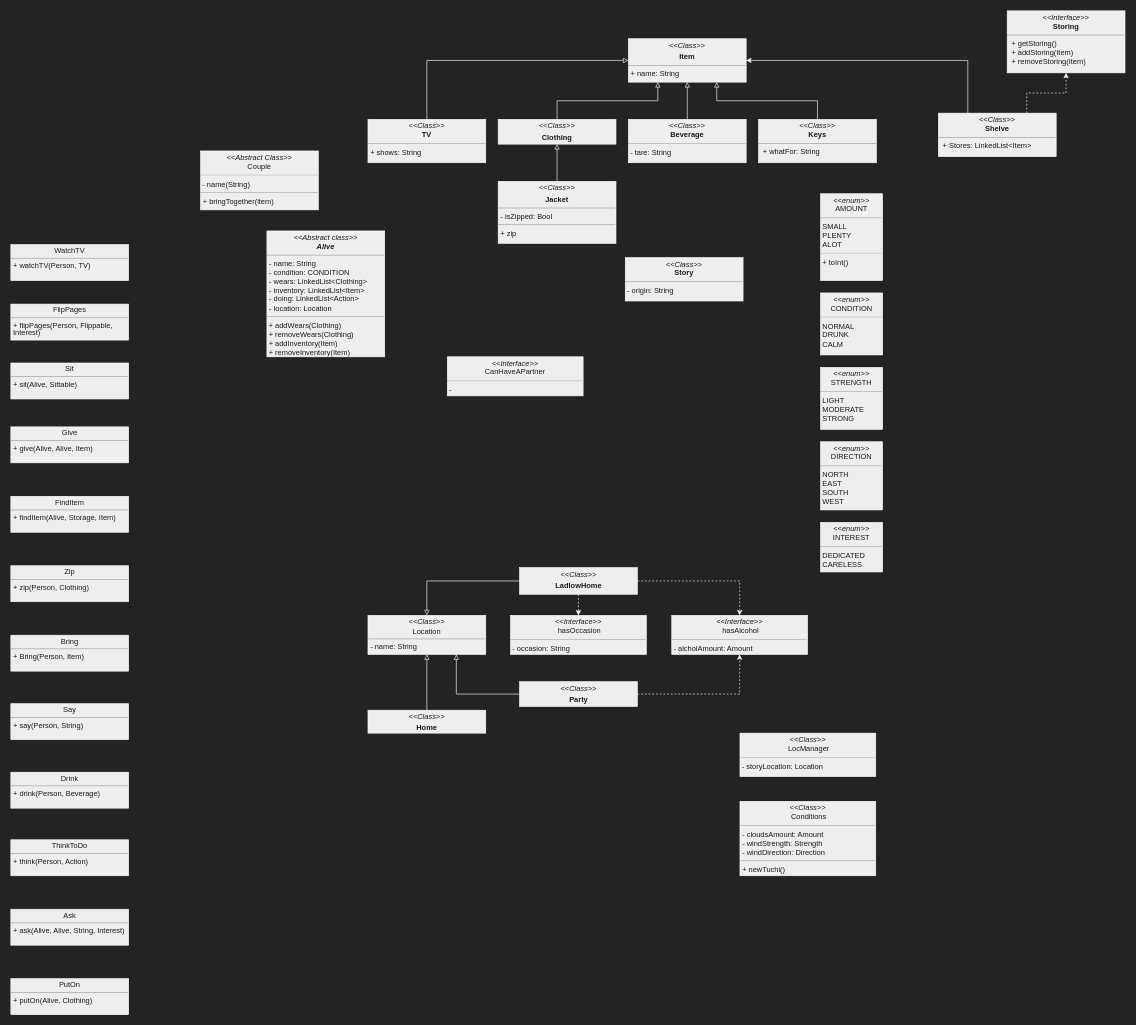
The draw.io diagram UML/UML.drawio in Sat1l/laba4, before the edit. Source tidied: cells renumbered, new cells numbered last; positions are measured from the earlier drawing's top-left corner, leaving out a move shared by most shapes. Both pictures are drawn from the tidied source at 62%, with x=0, y=0 at pixel (11, 11).
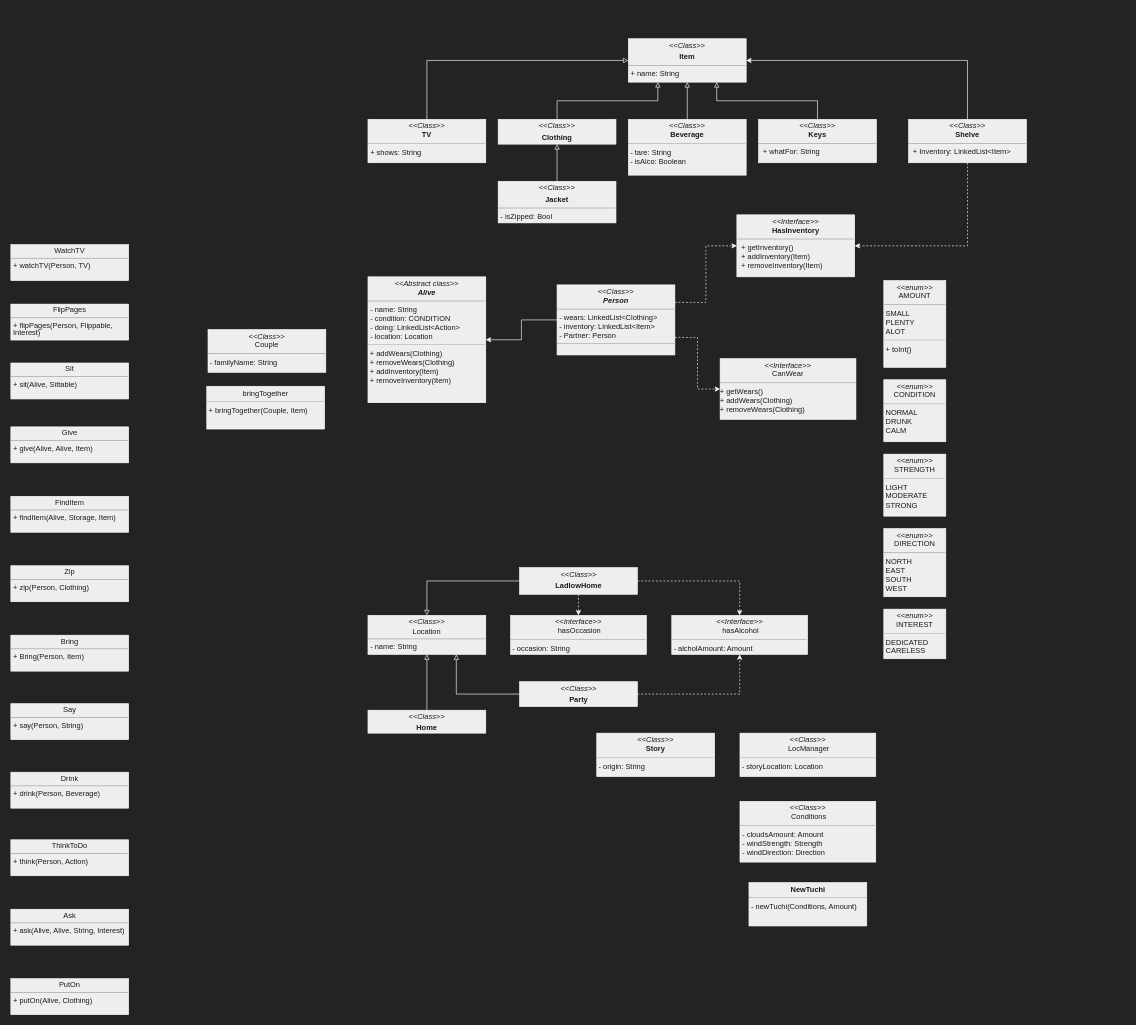
Above is the later version.

Unchanged cells that the change refers to:
```xml
<mxCell id="3" value="&lt;p style=&quot;margin:0px;margin-top:4px;text-align:center;&quot;&gt;&lt;i&gt;&amp;lt;&amp;lt;&lt;/i&gt;&lt;i&gt;Class&amp;gt;&amp;gt;&lt;/i&gt;&lt;/p&gt;&lt;p style=&quot;margin:0px;margin-top:4px;text-align:center;&quot;&gt;&lt;b&gt;Item&lt;/b&gt;&lt;/p&gt;&lt;hr size=&quot;1&quot;&gt;&lt;p style=&quot;margin:0px;margin-left:4px;&quot;&gt;+ name: String&lt;br&gt;&lt;/p&gt;&lt;p style=&quot;margin:0px;margin-left:4px;&quot;&gt;&lt;br&gt;&lt;/p&gt;" style="verticalAlign=top;align=left;overflow=fill;fontSize=12;fontFamily=Helvetica;html=1;whiteSpace=wrap;labelBackgroundColor=none;fillColor=#EEEEEE;strokeColor=#FFFFFF;fontColor=#1A1A1A;" parent="1" vertex="1">
  <mxGeometry x="996" y="45" width="190" height="70" as="geometry" />
</mxCell>
```

Change to the diagram source:
```diff
@@
-    <mxCell id="2" value="&lt;p style=&quot;margin:0px;margin-top:4px;text-align:center;&quot;&gt;&lt;i&gt;&amp;lt;&amp;lt;Abstract class&amp;gt;&amp;gt;&lt;/i&gt;&lt;br&gt;&lt;b&gt;&lt;i&gt;Alive&lt;/i&gt;&lt;/b&gt;&lt;/p&gt;&lt;hr size=&quot;1&quot;&gt;&lt;p style=&quot;margin:0px;margin-left:4px;&quot;&gt;- name: String&lt;/p&gt;&lt;p style=&quot;margin:0px;margin-left:4px;&quot;&gt;- condition: CONDITION&lt;br&gt;&lt;/p&gt;&lt;p style=&quot;margin:0px;margin-left:4px;&quot;&gt;- wears: LinkedList&amp;lt;Clothing&amp;gt;&lt;/p&gt;&lt;p style=&quot;margin:0px;margin-left:4px;&quot;&gt;- inventory: LinkedList&amp;lt;Item&amp;gt;&lt;/p&gt;&lt;p style=&quot;margin:0px;margin-left:4px;&quot;&gt;- doing: LinkedList&amp;lt;Action&amp;gt;&lt;/p&gt;&lt;p style=&quot;margin:0px;margin-left:4px;&quot;&gt;- location: Location&lt;/p&gt;&lt;hr&gt;&amp;nbsp;+ addWears(Clothing)&lt;br&gt;&amp;nbsp;+ removeWears(Clothing)&lt;br&gt;&amp;nbsp;+ addInventory(Item)&lt;br&gt;&amp;nbsp;+ removeInventory(Item)" style="verticalAlign=top;align=left;overflow=fill;fontSize=12;fontFamily=Helvetica;html=1;whiteSpace=wrap;labelBackgroundColor=none;fillColor=#EEEEEE;strokeColor=#FFFFFF;fontColor=#1A1A1A;" parent="1" vertex="1">
-      <mxGeometry x="413" y="355" width="190" height="203" as="geometry" />
+    <mxCell id="2" value="&lt;p style=&quot;margin:0px;margin-top:4px;text-align:center;&quot;&gt;&lt;i&gt;&amp;lt;&amp;lt;Abstract class&amp;gt;&amp;gt;&lt;/i&gt;&lt;br&gt;&lt;b&gt;&lt;i&gt;Alive&lt;/i&gt;&lt;/b&gt;&lt;/p&gt;&lt;hr size=&quot;1&quot;&gt;&lt;p style=&quot;margin:0px;margin-left:4px;&quot;&gt;- name: String&lt;/p&gt;&lt;p style=&quot;margin:0px;margin-left:4px;&quot;&gt;- condition: CONDITION&lt;/p&gt;&lt;p style=&quot;margin:0px;margin-left:4px;&quot;&gt;- doing: LinkedList&amp;lt;Action&amp;gt;&lt;/p&gt;&lt;p style=&quot;margin:0px;margin-left:4px;&quot;&gt;- location: Location&lt;/p&gt;&lt;hr&gt;&amp;nbsp;+ addWears(Clothing)&lt;br&gt;&amp;nbsp;+ removeWears(Clothing)&lt;br&gt;&amp;nbsp;+ addInventory(Item)&lt;br&gt;&amp;nbsp;+ removeInventory(Item)" style="verticalAlign=top;align=left;overflow=fill;fontSize=12;fontFamily=Helvetica;html=1;whiteSpace=wrap;labelBackgroundColor=none;fillColor=#EEEEEE;strokeColor=#FFFFFF;fontColor=#1A1A1A;" parent="1" vertex="1">
+      <mxGeometry x="576" y="429" width="190" height="203" as="geometry" />
     </mxCell>
@@
-    <mxCell id="5" value="&lt;p style=&quot;margin:0px;margin-top:4px;text-align:center;&quot;&gt;&lt;i&gt;&amp;lt;&amp;lt;Class&lt;/i&gt;&lt;i&gt;&amp;gt;&amp;gt;&lt;/i&gt;&lt;/p&gt;&lt;p style=&quot;margin:0px;margin-top:4px;text-align:center;&quot;&gt;&lt;b&gt;Jacket&lt;/b&gt;&lt;/p&gt;&lt;hr size=&quot;1&quot;&gt;&lt;p style=&quot;margin:0px;margin-left:4px;&quot;&gt;- isZipped: Bool&lt;/p&gt;&lt;hr&gt;&lt;p style=&quot;margin:0px;margin-left:4px;&quot;&gt;+ zip&lt;/p&gt;" style="verticalAlign=top;align=left;overflow=fill;fontSize=12;fontFamily=Helvetica;html=1;whiteSpace=wrap;labelBackgroundColor=none;fillColor=#EEEEEE;strokeColor=#FFFFFF;fontColor=#1A1A1A;" parent="1" vertex="1">
-      <mxGeometry x="786" y="275" width="190" height="100" as="geometry" />
+    <mxCell id="5" value="&lt;p style=&quot;margin:0px;margin-top:4px;text-align:center;&quot;&gt;&lt;i&gt;&amp;lt;&amp;lt;Class&lt;/i&gt;&lt;i&gt;&amp;gt;&amp;gt;&lt;/i&gt;&lt;/p&gt;&lt;p style=&quot;margin:0px;margin-top:4px;text-align:center;&quot;&gt;&lt;b&gt;Jacket&lt;/b&gt;&lt;/p&gt;&lt;hr size=&quot;1&quot;&gt;&lt;p style=&quot;margin:0px;margin-left:4px;&quot;&gt;- isZipped: Bool&lt;/p&gt;" style="verticalAlign=top;align=left;overflow=fill;fontSize=12;fontFamily=Helvetica;html=1;whiteSpace=wrap;labelBackgroundColor=none;fillColor=#EEEEEE;strokeColor=#FFFFFF;fontColor=#1A1A1A;" parent="1" vertex="1">
+      <mxGeometry x="786" y="275" width="190" height="67" as="geometry" />
     </mxCell>
@@
-    <mxCell id="7" value="&lt;p style=&quot;margin:0px;margin-top:4px;text-align:center;&quot;&gt;&lt;i&gt;&amp;lt;&amp;lt;Class&amp;gt;&amp;gt;&lt;/i&gt;&lt;br&gt;&lt;b&gt;Beverage&lt;/b&gt;&lt;/p&gt;&lt;hr&gt;&amp;nbsp;- tare: String&lt;p style=&quot;margin:0px;margin-top:4px;text-align:center;&quot;&gt;&lt;b&gt;&lt;br&gt;&lt;/b&gt;&lt;/p&gt;&lt;p style=&quot;margin:0px;margin-left:4px;&quot;&gt;&lt;br&gt;&lt;/p&gt;" style="verticalAlign=top;align=left;overflow=fill;fontSize=12;fontFamily=Helvetica;html=1;whiteSpace=wrap;labelBackgroundColor=none;fillColor=#EEEEEE;strokeColor=#FFFFFF;fontColor=#1A1A1A;" parent="1" vertex="1">
-      <mxGeometry x="996" y="175" width="190" height="70" as="geometry" />
+    <mxCell id="7" value="&lt;p style=&quot;margin:0px;margin-top:4px;text-align:center;&quot;&gt;&lt;i&gt;&amp;lt;&amp;lt;Class&amp;gt;&amp;gt;&lt;/i&gt;&lt;br&gt;&lt;b&gt;Beverage&lt;/b&gt;&lt;/p&gt;&lt;hr&gt;&amp;nbsp;- tare: String&lt;br&gt;&amp;nbsp;- isAlco: Boolean&lt;br&gt;&lt;p style=&quot;margin:0px;margin-top:4px;text-align:center;&quot;&gt;&lt;b&gt;&lt;br&gt;&lt;/b&gt;&lt;/p&gt;&lt;p style=&quot;margin:0px;margin-left:4px;&quot;&gt;&lt;br&gt;&lt;/p&gt;" style="verticalAlign=top;align=left;overflow=fill;fontSize=12;fontFamily=Helvetica;html=1;whiteSpace=wrap;labelBackgroundColor=none;fillColor=#EEEEEE;strokeColor=#FFFFFF;fontColor=#1A1A1A;" parent="1" vertex="1">
+      <mxGeometry x="996" y="175" width="190" height="90" as="geometry" />
     </mxCell>
@@
-    <mxCell id="13" value="&lt;p style=&quot;margin:0px;margin-top:4px;text-align:center;&quot;&gt;&lt;i&gt;&amp;lt;&amp;lt;Abstract Class&amp;gt;&amp;gt;&lt;/i&gt;&lt;br&gt;Couple&lt;/p&gt;&lt;hr&gt;&amp;nbsp;- name(String)&lt;br&gt;&lt;hr&gt;&lt;p style=&quot;margin:0px;margin-left:4px;&quot;&gt;+ bringTogether(item)&lt;/p&gt;" style="verticalAlign=top;align=left;overflow=fill;fontSize=12;fontFamily=Helvetica;html=1;whiteSpace=wrap;labelBackgroundColor=none;fillColor=#EEEEEE;strokeColor=#FFFFFF;fontColor=#1A1A1A;" parent="1" vertex="1">
-      <mxGeometry x="306" y="226" width="190" height="95" as="geometry" />
+    <mxCell id="13" value="&lt;p style=&quot;margin:0px;margin-top:4px;text-align:center;&quot;&gt;&lt;i&gt;&amp;lt;&amp;lt;Class&amp;gt;&amp;gt;&lt;/i&gt;&lt;br&gt;Couple&lt;/p&gt;&lt;hr&gt;&amp;nbsp;- familyName: String&lt;br&gt;&lt;p style=&quot;margin:0px;margin-left:4px;&quot;&gt;&lt;br&gt;&lt;/p&gt;" style="verticalAlign=top;align=left;overflow=fill;fontSize=12;fontFamily=Helvetica;html=1;whiteSpace=wrap;labelBackgroundColor=none;fillColor=#EEEEEE;strokeColor=#FFFFFF;fontColor=#1A1A1A;" parent="1" vertex="1">
+      <mxGeometry x="318" y="514" width="190" height="69" as="geometry" />
     </mxCell>
@@
     <mxCell id="16" value="&lt;p style=&quot;margin:0px;margin-top:4px;text-align:center;&quot;&gt;&lt;i&gt;&amp;lt;&amp;lt;enum&amp;gt;&amp;gt;&lt;/i&gt;&lt;br&gt;AMOUNT&lt;/p&gt;&lt;hr&gt;&amp;nbsp;SMALL&lt;br&gt;&amp;nbsp;PLENTY&lt;br&gt;&amp;nbsp;ALOT&amp;nbsp;&lt;br&gt;&lt;hr&gt;&amp;nbsp;+ toInt()" style="verticalAlign=top;align=left;overflow=fill;fontSize=12;fontFamily=Helvetica;html=1;whiteSpace=wrap;labelBackgroundColor=none;fillColor=#EEEEEE;strokeColor=#FFFFFF;fontColor=#1A1A1A;" parent="1" vertex="1">
-      <mxGeometry x="1306" y="295" width="100" height="140" as="geometry" />
+      <mxGeometry x="1408" y="435" width="100" height="140" as="geometry" />
     </mxCell>
     <mxCell id="17" value="&lt;p style=&quot;margin:0px;margin-top:4px;text-align:center;&quot;&gt;&lt;i&gt;&amp;lt;&amp;lt;enum&amp;gt;&amp;gt;&lt;/i&gt;&lt;br&gt;STRENGTH&lt;/p&gt;&lt;hr&gt;&amp;nbsp;LIGHT&lt;br&gt;&amp;nbsp;MODERATE&lt;br&gt;&amp;nbsp;STRONG" style="verticalAlign=top;align=left;overflow=fill;fontSize=12;fontFamily=Helvetica;html=1;whiteSpace=wrap;labelBackgroundColor=none;fillColor=#EEEEEE;strokeColor=#FFFFFF;fontColor=#1A1A1A;" parent="1" vertex="1">
-      <mxGeometry x="1306" y="575" width="100" height="100" as="geometry" />
+      <mxGeometry x="1408" y="715" width="100" height="100" as="geometry" />
     </mxCell>
     <mxCell id="18" value="&lt;p style=&quot;margin:0px;margin-top:4px;text-align:center;&quot;&gt;&lt;i&gt;&amp;lt;&amp;lt;enum&amp;gt;&amp;gt;&lt;/i&gt;&lt;br&gt;DIRECTION&lt;/p&gt;&lt;hr&gt;&amp;nbsp;NORTH&lt;br&gt;&amp;nbsp;EAST&lt;br&gt;&amp;nbsp;SOUTH&lt;br&gt;&amp;nbsp;WEST" style="verticalAlign=top;align=left;overflow=fill;fontSize=12;fontFamily=Helvetica;html=1;whiteSpace=wrap;labelBackgroundColor=none;fillColor=#EEEEEE;strokeColor=#FFFFFF;fontColor=#1A1A1A;" parent="1" vertex="1">
-      <mxGeometry x="1306" y="695" width="100" height="110" as="geometry" />
+      <mxGeometry x="1408" y="835" width="100" height="110" as="geometry" />
     </mxCell>
@@
     <mxCell id="23" value="&lt;p style=&quot;margin:0px;margin-top:4px;text-align:center;&quot;&gt;&lt;i&gt;&amp;lt;&amp;lt;enum&amp;gt;&amp;gt;&lt;/i&gt;&lt;br&gt;INTEREST&lt;/p&gt;&lt;hr&gt;&amp;nbsp;DEDICATED&lt;br&gt;&amp;nbsp;CARELESS" style="verticalAlign=top;align=left;overflow=fill;fontSize=12;fontFamily=Helvetica;html=1;whiteSpace=wrap;labelBackgroundColor=none;fillColor=#EEEEEE;strokeColor=#FFFFFF;fontColor=#1A1A1A;" parent="1" vertex="1">
-      <mxGeometry x="1306" y="825" width="100" height="80" as="geometry" />
+      <mxGeometry x="1408" y="965" width="100" height="80" as="geometry" />
     </mxCell>
-    <mxCell id="24" value="&lt;p style=&quot;margin:0px;margin-top:4px;text-align:center;&quot;&gt;&lt;i&gt;&amp;lt;&amp;lt;Class&amp;gt;&amp;gt;&lt;/i&gt;&lt;br&gt;&amp;nbsp;Conditions&lt;/p&gt;&lt;hr&gt;&lt;p style=&quot;margin:0px;margin-left:4px;&quot;&gt;- cloudsAmount: Amount&lt;br&gt;&lt;/p&gt;&lt;p style=&quot;border-color: var(--border-color); margin: 0px 0px 0px 4px;&quot;&gt;- windStrength: Strength&lt;br style=&quot;border-color: var(--border-color);&quot;&gt;&lt;/p&gt;&lt;p style=&quot;border-color: var(--border-color); margin: 0px 0px 0px 4px;&quot;&gt;- windDirection: Direction&lt;/p&gt;&lt;hr&gt;&lt;p style=&quot;border-color: var(--border-color); margin: 0px 0px 0px 4px;&quot;&gt;+ newTuchi()&lt;br&gt;&lt;/p&gt;&lt;p style=&quot;margin:0px;margin-left:4px;&quot;&gt;&lt;br&gt;&lt;/p&gt;&lt;p style=&quot;margin:0px;margin-left:4px;&quot;&gt;&lt;br&gt;&lt;/p&gt;&lt;p style=&quot;margin:0px;margin-left:4px;&quot;&gt;&lt;br&gt;&lt;/p&gt;" style="verticalAlign=top;align=left;overflow=fill;fontSize=12;fontFamily=Helvetica;html=1;whiteSpace=wrap;labelBackgroundColor=none;fillColor=#EEEEEE;strokeColor=#FFFFFF;fontColor=#1A1A1A;" parent="1" vertex="1">
-      <mxGeometry x="1176" y="1275" width="219" height="120" as="geometry" />
+    <mxCell id="24" value="&lt;p style=&quot;margin:0px;margin-top:4px;text-align:center;&quot;&gt;&lt;i&gt;&amp;lt;&amp;lt;Class&amp;gt;&amp;gt;&lt;/i&gt;&lt;br&gt;&amp;nbsp;Conditions&lt;/p&gt;&lt;hr&gt;&lt;p style=&quot;margin:0px;margin-left:4px;&quot;&gt;- cloudsAmount: Amount&lt;br&gt;&lt;/p&gt;&lt;p style=&quot;border-color: var(--border-color); margin: 0px 0px 0px 4px;&quot;&gt;- windStrength: Strength&lt;br style=&quot;border-color: var(--border-color);&quot;&gt;&lt;/p&gt;&lt;p style=&quot;border-color: var(--border-color); margin: 0px 0px 0px 4px;&quot;&gt;- windDirection: Direction&lt;/p&gt;&lt;p style=&quot;border-color: var(--border-color); margin: 0px 0px 0px 4px;&quot;&gt;&lt;br&gt;&lt;/p&gt;&lt;p style=&quot;margin:0px;margin-left:4px;&quot;&gt;&lt;br&gt;&lt;/p&gt;&lt;p style=&quot;margin:0px;margin-left:4px;&quot;&gt;&lt;br&gt;&lt;/p&gt;&lt;p style=&quot;margin:0px;margin-left:4px;&quot;&gt;&lt;br&gt;&lt;/p&gt;" style="verticalAlign=top;align=left;overflow=fill;fontSize=12;fontFamily=Helvetica;html=1;whiteSpace=wrap;labelBackgroundColor=none;fillColor=#EEEEEE;strokeColor=#FFFFFF;fontColor=#1A1A1A;" parent="1" vertex="1">
+      <mxGeometry x="1176" y="1275" width="219" height="98" as="geometry" />
     </mxCell>
@@
     <mxCell id="33" value="&lt;p style=&quot;margin:0px;margin-top:4px;text-align:center;&quot;&gt;&lt;i&gt;&amp;lt;&amp;lt;enum&amp;gt;&amp;gt;&lt;/i&gt;&lt;br&gt;CONDITION&lt;/p&gt;&lt;hr&gt;&amp;nbsp;NORMAL&lt;br&gt;&amp;nbsp;DRUNK&lt;br&gt;&amp;nbsp;CALM" style="verticalAlign=top;align=left;overflow=fill;fontSize=12;fontFamily=Helvetica;html=1;whiteSpace=wrap;labelBackgroundColor=none;fillColor=#EEEEEE;strokeColor=#FFFFFF;fontColor=#1A1A1A;" parent="1" vertex="1">
-      <mxGeometry x="1306" y="455" width="100" height="100" as="geometry" />
+      <mxGeometry x="1408" y="595" width="100" height="100" as="geometry" />
     </mxCell>
-    <mxCell id="34" value="&lt;p style=&quot;margin:0px;margin-top:4px;text-align:center;&quot;&gt;&lt;i&gt;&amp;lt;&amp;lt;Interface&amp;gt;&amp;gt;&lt;/i&gt;&lt;br&gt;CanHaveAPartner&lt;/p&gt;&lt;hr&gt;&amp;nbsp;-&amp;nbsp;&lt;br&gt;&lt;p style=&quot;margin:0px;margin-left:4px;&quot;&gt;&lt;br&gt;&lt;/p&gt;" style="verticalAlign=top;align=left;overflow=fill;fontSize=12;fontFamily=Helvetica;html=1;whiteSpace=wrap;labelBackgroundColor=none;fillColor=#EEEEEE;strokeColor=#FFFFFF;fontColor=#1A1A1A;" parent="1" vertex="1">
-      <mxGeometry x="704" y="558" width="219" height="63" as="geometry" />
+    <mxCell id="34" value="&lt;p style=&quot;margin:0px;margin-top:4px;text-align:center;&quot;&gt;&lt;i&gt;&amp;lt;&amp;lt;Interface&amp;gt;&amp;gt;&lt;/i&gt;&lt;br&gt;CanWear&lt;/p&gt;&lt;hr&gt;+ getWears()&lt;br&gt;+ addWears(Clothing)&lt;br&gt;+ removeWears(Clothing)&lt;br&gt;&lt;p style=&quot;margin:0px;margin-left:4px;&quot;&gt;&lt;br&gt;&lt;/p&gt;" style="verticalAlign=top;align=left;overflow=fill;fontSize=12;fontFamily=Helvetica;html=1;whiteSpace=wrap;labelBackgroundColor=none;fillColor=#EEEEEE;strokeColor=#FFFFFF;fontColor=#1A1A1A;" parent="1" vertex="1">
+      <mxGeometry x="1144" y="561" width="219" height="98" as="geometry" />
     </mxCell>
@@
-    <mxCell id="44" value="&lt;p style=&quot;margin:0px;margin-top:4px;text-align:center;&quot;&gt;&lt;i&gt;&amp;lt;&amp;lt;Interface&amp;gt;&amp;gt;&lt;/i&gt;&lt;br&gt;&lt;b&gt;Storing&lt;/b&gt;&lt;/p&gt;&lt;hr size=&quot;1&quot;&gt;&lt;p style=&quot;margin:0px;margin-left:4px;&quot;&gt;&amp;nbsp;+ getStoring()&lt;/p&gt;&lt;p style=&quot;margin:0px;margin-left:4px;&quot;&gt;&amp;nbsp;+ addStoring(Item)&lt;/p&gt;&lt;p style=&quot;margin:0px;margin-left:4px;&quot;&gt;&lt;span style=&quot;white-space: pre;&quot;&gt;&amp;nbsp;+ removeStoring(Item)&lt;/span&gt;&lt;/p&gt;" style="verticalAlign=top;align=left;overflow=fill;fontSize=12;fontFamily=Helvetica;html=1;whiteSpace=wrap;labelBackgroundColor=none;fillColor=#EEEEEE;strokeColor=#FFFFFF;fontColor=#1A1A1A;" parent="1" vertex="1">
-      <mxGeometry x="1607" width="190" height="100" as="geometry" />
+    <mxCell id="44" value="&lt;p style=&quot;margin:0px;margin-top:4px;text-align:center;&quot;&gt;&lt;i&gt;&amp;lt;&amp;lt;Interface&amp;gt;&amp;gt;&lt;/i&gt;&lt;br&gt;&lt;b&gt;HasInventory&lt;/b&gt;&lt;/p&gt;&lt;hr size=&quot;1&quot;&gt;&lt;p style=&quot;margin:0px;margin-left:4px;&quot;&gt;&amp;nbsp;+ getInventory()&lt;/p&gt;&lt;p style=&quot;margin:0px;margin-left:4px;&quot;&gt;&amp;nbsp;+ addInventory(Item)&lt;/p&gt;&lt;p style=&quot;margin:0px;margin-left:4px;&quot;&gt;&lt;span style=&quot;white-space: pre;&quot;&gt;&amp;nbsp;+ removeInventory(Item)&lt;/span&gt;&lt;/p&gt;" style="verticalAlign=top;align=left;overflow=fill;fontSize=12;fontFamily=Helvetica;html=1;whiteSpace=wrap;labelBackgroundColor=none;fillColor=#EEEEEE;strokeColor=#FFFFFF;fontColor=#1A1A1A;" parent="1" vertex="1">
+      <mxGeometry x="1171" y="329" width="190" height="100" as="geometry" />
     </mxCell>
+    <mxCell id="46" style="edgeStyle=orthogonalEdgeStyle;rounded=0;jettySize=auto;html=1;exitX=0.5;exitY=0;exitDx=0;exitDy=0;entryX=1;entryY=0.5;entryDx=0;entryDy=0;strokeColor=#FFFFFF;" parent="1" edge="1" source="47" target="3">
+      <mxGeometry relative="1" as="geometry" />
+    </mxCell>
-    <mxCell id="45" style="edgeStyle=orthogonalEdgeStyle;rounded=0;jettySize=auto;html=1;exitX=0.75;exitY=0;exitDx=0;exitDy=0;entryX=0.5;entryY=1;entryDx=0;entryDy=0;strokeColor=#FFFFFF;dashed=1;" parent="1" edge="1" source="47" target="44">
+    <mxCell id="45" style="edgeStyle=orthogonalEdgeStyle;rounded=0;jettySize=auto;html=1;exitX=0.5;exitY=1;exitDx=0;exitDy=0;entryX=1;entryY=0.5;entryDx=0;entryDy=0;strokeColor=#FFFFFF;dashed=1;" parent="1" edge="1" source="47" target="44">
       <mxGeometry relative="1" as="geometry" />
     </mxCell>
-    <mxCell id="46" style="edgeStyle=orthogonalEdgeStyle;rounded=0;jettySize=auto;html=1;exitX=0.25;exitY=0;exitDx=0;exitDy=0;entryX=1;entryY=0.5;entryDx=0;entryDy=0;strokeColor=#FFFFFF;" parent="1" edge="1" source="47" target="3">
-      <mxGeometry relative="1" as="geometry" />
-    </mxCell>
-    <mxCell id="47" value="&lt;p style=&quot;margin:0px;margin-top:4px;text-align:center;&quot;&gt;&lt;i&gt;&amp;lt;&amp;lt;Class&amp;gt;&amp;gt;&lt;/i&gt;&lt;br&gt;&lt;b&gt;Shelve&lt;/b&gt;&lt;/p&gt;&lt;hr size=&quot;1&quot;&gt;&lt;p style=&quot;margin:0px;margin-left:4px;&quot;&gt;&amp;nbsp;+ Stores: LinkedList&amp;lt;Item&amp;gt;&lt;/p&gt;" style="verticalAlign=top;align=left;overflow=fill;fontSize=12;fontFamily=Helvetica;html=1;whiteSpace=wrap;labelBackgroundColor=none;fillColor=#EEEEEE;strokeColor=#FFFFFF;fontColor=#1A1A1A;" parent="1" vertex="1">
-      <mxGeometry x="1496" y="165" width="190" height="70" as="geometry" />
+    <mxCell id="47" value="&lt;p style=&quot;margin:0px;margin-top:4px;text-align:center;&quot;&gt;&lt;i&gt;&amp;lt;&amp;lt;Class&amp;gt;&amp;gt;&lt;/i&gt;&lt;br&gt;&lt;b&gt;Shelve&lt;/b&gt;&lt;/p&gt;&lt;hr size=&quot;1&quot;&gt;&lt;p style=&quot;margin:0px;margin-left:4px;&quot;&gt;&amp;nbsp;+ Inventory: LinkedList&amp;lt;Item&amp;gt;&lt;/p&gt;" style="verticalAlign=top;align=left;overflow=fill;fontSize=12;fontFamily=Helvetica;html=1;whiteSpace=wrap;labelBackgroundColor=none;fillColor=#EEEEEE;strokeColor=#FFFFFF;fontColor=#1A1A1A;" parent="1" vertex="1">
+      <mxGeometry x="1448" y="175" width="190" height="70" as="geometry" />
     </mxCell>
@@
     <mxCell id="49" value="&lt;p style=&quot;margin:0px;margin-top:4px;text-align:center;&quot;&gt;&lt;i&gt;&amp;lt;&amp;lt;Class&amp;gt;&amp;gt;&lt;/i&gt;&lt;br&gt;&lt;b&gt;Story&lt;/b&gt;&lt;/p&gt;&lt;hr&gt;&amp;nbsp;- origin: String&lt;br&gt;&lt;p style=&quot;margin:0px;margin-left:4px;&quot;&gt;&lt;br&gt;&lt;/p&gt;" style="verticalAlign=top;align=left;overflow=fill;fontSize=12;fontFamily=Helvetica;html=1;whiteSpace=wrap;labelBackgroundColor=none;fillColor=#EEEEEE;strokeColor=#FFFFFF;fontColor=#1A1A1A;" parent="1" vertex="1">
-      <mxGeometry x="991" y="398" width="190" height="70" as="geometry" />
+      <mxGeometry x="945" y="1165" width="190" height="70" as="geometry" />
     </mxCell>
@@
+    <mxCell id="52" style="edgeStyle=orthogonalEdgeStyle;rounded=0;jettySize=auto;html=1;exitX=1;exitY=0.25;exitDx=0;exitDy=0;entryX=0;entryY=0.5;entryDx=0;entryDy=0;strokeColor=#FFFFFF;dashed=1;" parent="1" edge="1" source="55" target="44">
+      <mxGeometry relative="1" as="geometry" />
+    </mxCell>
+    <mxCell id="53" style="edgeStyle=orthogonalEdgeStyle;rounded=0;jettySize=auto;html=1;exitX=1;exitY=0.75;exitDx=0;exitDy=0;entryX=0;entryY=0.5;entryDx=0;entryDy=0;strokeColor=#FFFFFF;dashed=1;" parent="1" edge="1" source="55" target="34">
+      <mxGeometry relative="1" as="geometry" />
+    </mxCell>
+    <mxCell id="54" style="edgeStyle=orthogonalEdgeStyle;rounded=0;jettySize=auto;html=1;exitX=0;exitY=0.5;exitDx=0;exitDy=0;strokeColor=#FFFFFF;" parent="1" edge="1" source="55" target="2">
+      <mxGeometry relative="1" as="geometry" />
+    </mxCell>
+    <mxCell id="55" value="&lt;p style=&quot;margin:0px;margin-top:4px;text-align:center;&quot;&gt;&lt;i&gt;&amp;lt;&amp;lt;Class&amp;gt;&amp;gt;&lt;/i&gt;&lt;br&gt;&lt;b&gt;&lt;i&gt;Person&lt;/i&gt;&lt;/b&gt;&lt;/p&gt;&lt;hr size=&quot;1&quot;&gt;&lt;p style=&quot;margin:0px;margin-left:4px;&quot;&gt;- wears: LinkedList&amp;lt;Clothing&amp;gt;&lt;br&gt;&lt;/p&gt;&lt;p style=&quot;margin:0px;margin-left:4px;&quot;&gt;- inventory: LinkedList&amp;lt;Item&amp;gt;&lt;/p&gt;&lt;p style=&quot;margin:0px;margin-left:4px;&quot;&gt;- Partner: Person&lt;/p&gt;&lt;hr&gt;" style="verticalAlign=top;align=left;overflow=fill;fontSize=12;fontFamily=Helvetica;html=1;whiteSpace=wrap;labelBackgroundColor=none;fillColor=#EEEEEE;strokeColor=#FFFFFF;fontColor=#1A1A1A;" parent="1" vertex="1">
+      <mxGeometry x="881" y="442" width="190" height="113" as="geometry" />
+    </mxCell>
+    <mxCell id="56" value="&lt;p style=&quot;margin:0px;margin-top:4px;text-align:center;&quot;&gt;bringTogether&lt;/p&gt;&lt;hr&gt;&amp;nbsp;+ bringTogether(Couple, Item)&lt;br&gt;&lt;p style=&quot;margin:0px;margin-left:4px;&quot;&gt;&lt;br&gt;&lt;/p&gt;" style="verticalAlign=top;align=left;overflow=fill;fontSize=12;fontFamily=Helvetica;html=1;whiteSpace=wrap;labelBackgroundColor=none;fillColor=#EEEEEE;strokeColor=#FFFFFF;fontColor=#1A1A1A;" parent="1" vertex="1">
+      <mxGeometry x="316" y="605.5" width="190" height="69" as="geometry" />
+    </mxCell>
+    <mxCell id="57" value="&lt;p style=&quot;margin:0px;margin-top:4px;text-align:center;&quot;&gt;&lt;b&gt;NewTuchi&lt;/b&gt;&lt;/p&gt;&lt;hr&gt;&amp;nbsp;- newTuchi(Conditions, Amount)&lt;br&gt;&lt;p style=&quot;margin:0px;margin-left:4px;&quot;&gt;&lt;br&gt;&lt;/p&gt;" style="verticalAlign=top;align=left;overflow=fill;fontSize=12;fontFamily=Helvetica;html=1;whiteSpace=wrap;labelBackgroundColor=none;fillColor=#EEEEEE;strokeColor=#FFFFFF;fontColor=#1A1A1A;" parent="1" vertex="1">
+      <mxGeometry x="1190.5" y="1406" width="190" height="70" as="geometry" />
+    </mxCell>
```
